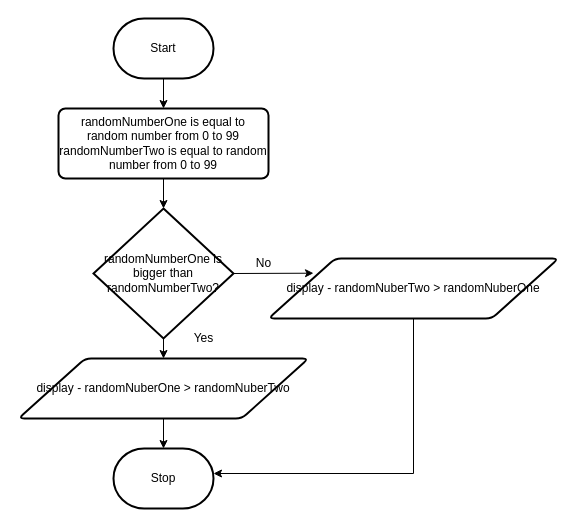
Above: design/flowchart.drawio in MTHS-TEJ2O-1-2023/TEJ2O-Unit-2-11-ihor-chernyshev (draw.io), before the change. Source tidied: cells renumbered, new cells numbered last; positions are measured from the earlier drawing's top-left corner, leaving out a move shared by most shapes. Both pictures are drawn from the tidied source at 100%, with x=0, y=0 at pixel (18, 18).
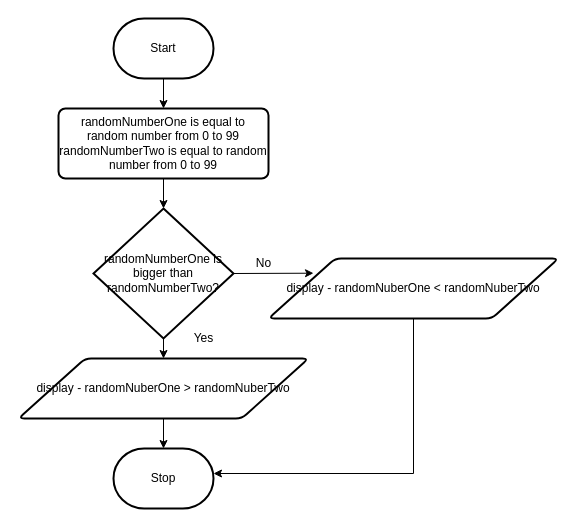
The same page after the edit.

Diff of the diagram source:
```diff
@@
 <mxGraphModel>
   <root>
     <mxCell id="0" />
     <mxCell id="1" parent="0" />
     <mxCell id="2" style="edgeStyle=none;html=1;exitX=0.5;exitY=1;exitDx=0;exitDy=0;exitPerimeter=0;entryX=0.5;entryY=0;entryDx=0;entryDy=0;" parent="1" edge="1" source="3" target="6">
       <mxGeometry relative="1" as="geometry" />
     </mxCell>
     <mxCell id="3" value="Start" style="strokeWidth=2;html=1;shape=mxgraph.flowchart.terminator;whiteSpace=wrap;" parent="1" vertex="1">
       <mxGeometry x="95" width="100" height="60" as="geometry" />
     </mxCell>
     <mxCell id="4" value="Stop" style="strokeWidth=2;html=1;shape=mxgraph.flowchart.terminator;whiteSpace=wrap;" parent="1" vertex="1">
       <mxGeometry x="95" y="430" width="100" height="60" as="geometry" />
     </mxCell>
     <mxCell id="5" style="edgeStyle=none;html=1;exitX=0.5;exitY=1;exitDx=0;exitDy=0;" parent="1" edge="1" source="6" target="9">
       <mxGeometry relative="1" as="geometry" />
     </mxCell>
     <mxCell id="6" value="randomNumberOne is equal to random number from 0 to 99&lt;br&gt;randomNumberTwo is equal to random number from 0 to 99&lt;br&gt;" style="rounded=1;whiteSpace=wrap;html=1;absoluteArcSize=1;arcSize=14;strokeWidth=2;" parent="1" vertex="1">
       <mxGeometry x="40" y="90" width="210" height="70" as="geometry" />
     </mxCell>
     <mxCell id="7" style="edgeStyle=none;html=1;exitX=0.5;exitY=1;exitDx=0;exitDy=0;exitPerimeter=0;entryX=0.5;entryY=0;entryDx=0;entryDy=0;" parent="1" edge="1" source="9" target="11">
       <mxGeometry relative="1" as="geometry" />
     </mxCell>
     <mxCell id="8" style="edgeStyle=none;html=1;exitX=1;exitY=0.5;exitDx=0;exitDy=0;exitPerimeter=0;" parent="1" edge="1" source="9">
       <mxGeometry relative="1" as="geometry">
         <mxPoint x="295" y="254.7" as="targetPoint" />
       </mxGeometry>
     </mxCell>
     <mxCell id="9" value="randomNumberOne is bigger than randomNumberTwo?" style="strokeWidth=2;html=1;shape=mxgraph.flowchart.decision;whiteSpace=wrap;" parent="1" vertex="1">
       <mxGeometry x="75" y="190" width="140" height="130" as="geometry" />
     </mxCell>
     <mxCell id="10" style="edgeStyle=none;html=1;exitX=0.5;exitY=1;exitDx=0;exitDy=0;entryX=0.5;entryY=0;entryDx=0;entryDy=0;entryPerimeter=0;" parent="1" edge="1" source="11" target="4">
       <mxGeometry relative="1" as="geometry" />
     </mxCell>
     <mxCell id="11" value="display - randomNuberOne &amp;gt; randomNuberTwo" style="shape=parallelogram;html=1;strokeWidth=2;perimeter=parallelogramPerimeter;whiteSpace=wrap;rounded=1;arcSize=12;size=0.23;" parent="1" vertex="1">
       <mxGeometry y="340" width="290" height="60" as="geometry" />
     </mxCell>
     <mxCell id="12" value="Yes" style="text;html=1;align=center;verticalAlign=middle;strokeColor=none;fillColor=none;" parent="1" vertex="1">
       <mxGeometry x="165" y="305" width="40" height="30" as="geometry" />
     </mxCell>
     <mxCell id="13" value="No" style="text;html=1;align=center;verticalAlign=middle;strokeColor=none;fillColor=none;" parent="1" vertex="1">
       <mxGeometry x="225" y="230" width="40" height="30" as="geometry" />
     </mxCell>
     <mxCell id="14" style="edgeStyle=orthogonalEdgeStyle;html=1;exitX=0.5;exitY=1;exitDx=0;exitDy=0;strokeColor=none;rounded=0;" parent="1" edge="1" source="16">
       <mxGeometry relative="1" as="geometry">
         <mxPoint x="395.4" y="470" as="targetPoint" />
       </mxGeometry>
     </mxCell>
     <mxCell id="15" style="edgeStyle=orthogonalEdgeStyle;rounded=0;html=1;exitX=0.5;exitY=1;exitDx=0;exitDy=0;" parent="1" edge="1" source="16" target="4">
       <mxGeometry relative="1" as="geometry">
         <Array as="points">
           <mxPoint x="395" y="455" />
         </Array>
       </mxGeometry>
     </mxCell>
-    <mxCell id="16" value="display - randomNuberTwo &amp;gt; randomNuberOne" style="shape=parallelogram;html=1;strokeWidth=2;perimeter=parallelogramPerimeter;whiteSpace=wrap;rounded=1;arcSize=12;size=0.23;" parent="1" vertex="1">
+    <mxCell id="16" value="display - randomNuberOne &amp;lt; randomNuberTwo" style="shape=parallelogram;html=1;strokeWidth=2;perimeter=parallelogramPerimeter;whiteSpace=wrap;rounded=1;arcSize=12;size=0.23;" parent="1" vertex="1">
       <mxGeometry x="250" y="240" width="290" height="60" as="geometry" />
     </mxCell>
   </root>
 </mxGraphModel>
```
